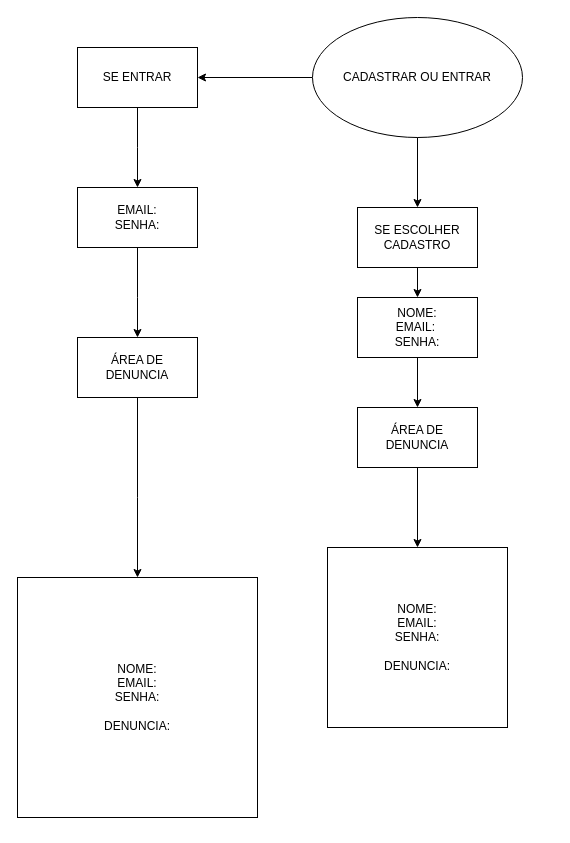
Earlier version of the draw.io diagram Diagrama sem nome.drawio (JoseLeandro18/BoardingHouse). Source tidied: cells renumbered, new cells numbered last; positions are measured from the earlier drawing's top-left corner, leaving out a move shared by most shapes. Both pictures are drawn from the tidied source at 100%, with x=0, y=0 at pixel (17, 17).
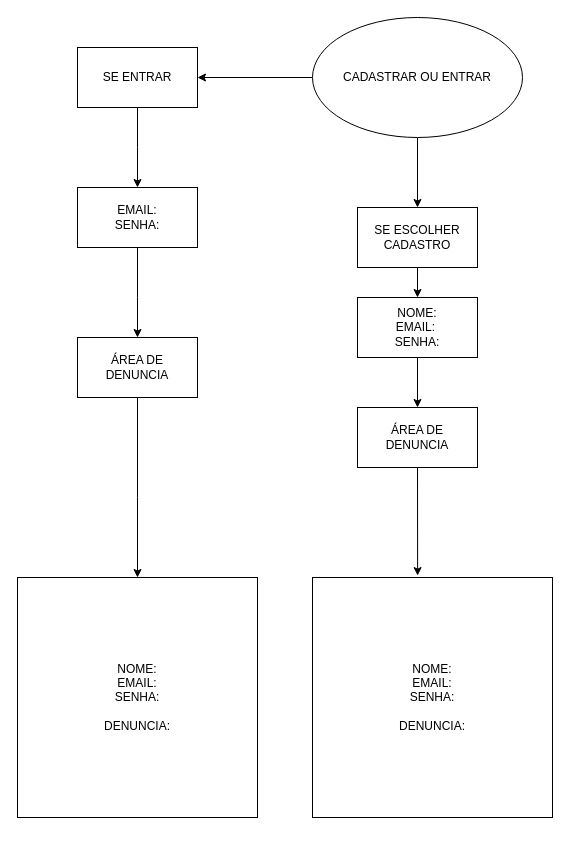
The same page after the edit.

Change to the diagram source:
```diff
@@
-    <mxCell id="10" style="endArrow=classic;html=1;rounded=0;entryX=0.5;entryY=0;entryDx=0;entryDy=0;" parent="1" edge="1" target="11">
+    <mxCell id="10" style="endArrow=classic;html=1;rounded=0;entryX=0.438;entryY=-0.008;entryDx=0;entryDy=0;entryPerimeter=0;" parent="1" edge="1" target="11">
       <mxGeometry relative="1" as="geometry">
         <mxPoint x="400" y="450" as="sourcePoint" />
       </mxGeometry>
     </mxCell>
     <mxCell id="11" value="&lt;div&gt;NOME:&lt;/div&gt;EMAIL:&lt;div&gt;SENHA:&lt;br&gt;&lt;br&gt;DENUNCIA:&lt;/div&gt;" style="whiteSpace=wrap;html=1;" parent="1" vertex="1">
-      <mxGeometry x="310" y="530" width="180" height="180" as="geometry" />
+      <mxGeometry x="295" y="560" width="240" height="240" as="geometry" />
     </mxCell>
```
